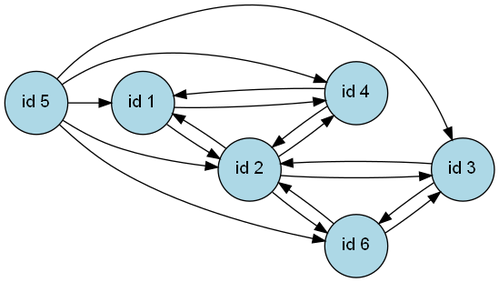
Tarek-Ahmed-Helmy/DS-Project keeps this Graphviz diagram as Project/graph.png. Above is the earlier version. Its source is kept beside it as Project/graph.dot. Its diagram source:
```dot
digraph {
rankdir=LR;
node [shape=circle, style=filled, fillcolor=lightblue, fontname=Arial, fontsize=14];
1 [label="id 1"];
1->2
1->4
2 [label="id 2"];
2->1
2->3
2->4
2->6
3 [label="id 3"];
3->2
3->6
4 [label="id 4"];
4->2
4->1
5 [label="id 5"];
5->2
5->1
5->3
5->4
5->6
6 [label="id 6"];
6->2
6->3
}
```
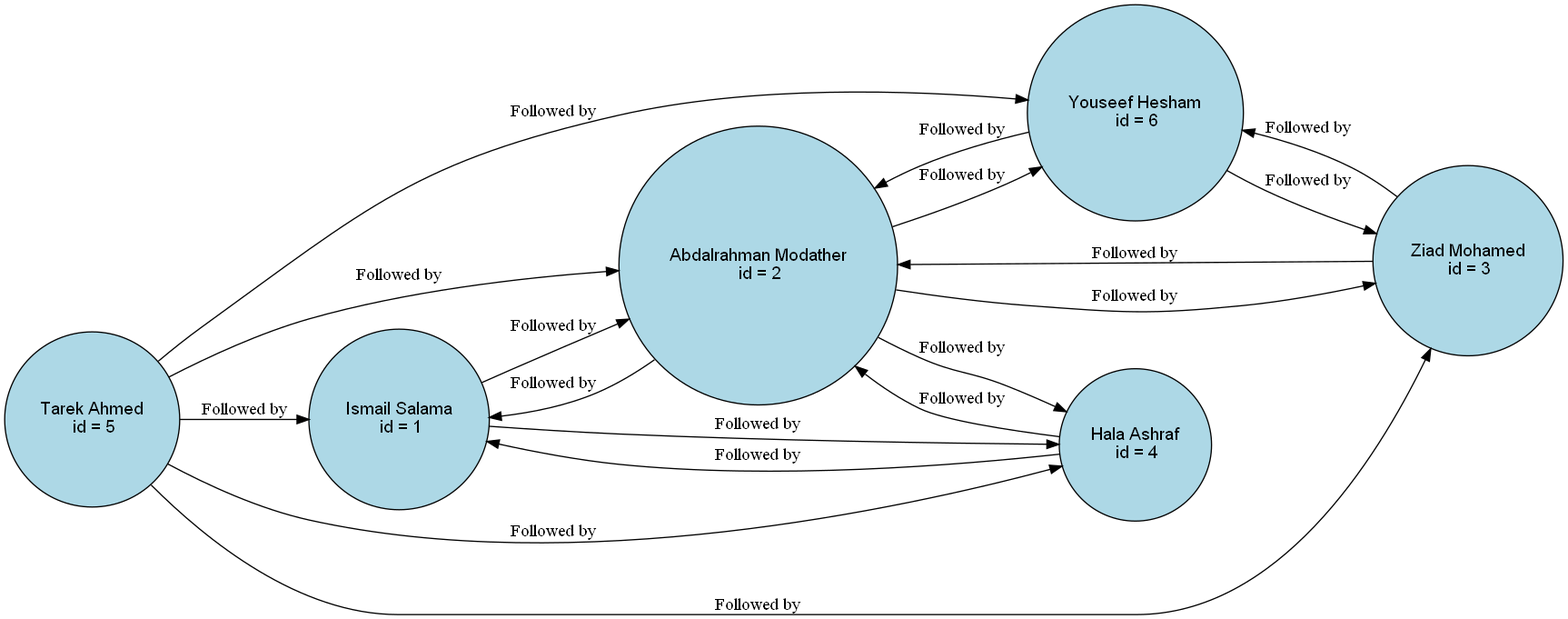
After the commit.

Diff of the diagram source:
```diff
@@ -1,27 +1,33 @@
 digraph {
 rankdir=LR;
 node [shape=circle, style=filled, fillcolor=lightblue, fontname=Arial, fontsize=14];
-1 [label="id 1"];
-1->2
-1->4
-2 [label="id 2"];
-2->1
-2->3
-2->4
-2->6
-3 [label="id 3"];
-3->2
-3->6
-4 [label="id 4"];
-4->2
-4->1
-5 [label="id 5"];
-5->2
-5->1
-5->3
-5->4
-5->6
-6 [label="id 6"];
-6->2
-6->3
+1 [label="Ismail Salama
+ id = 1"];
+1->2[label="Followed by"]
+1->4[label="Followed by"]
+2 [label="Abdalrahman Modather
+ id = 2"];
+2->1[label="Followed by"]
+2->3[label="Followed by"]
+2->4[label="Followed by"]
+2->6[label="Followed by"]
+3 [label="Ziad Mohamed
+ id = 3"];
+3->2[label="Followed by"]
+3->6[label="Followed by"]
+4 [label="Hala Ashraf
+ id = 4"];
+4->2[label="Followed by"]
+4->1[label="Followed by"]
+5 [label="Tarek Ahmed
+ id = 5"];
+5->2[label="Followed by"]
+5->1[label="Followed by"]
+5->3[label="Followed by"]
+5->4[label="Followed by"]
+5->6[label="Followed by"]
+6 [label="Youseef Hesham
+ id = 6"];
+6->2[label="Followed by"]
+6->3[label="Followed by"]
 }
```
